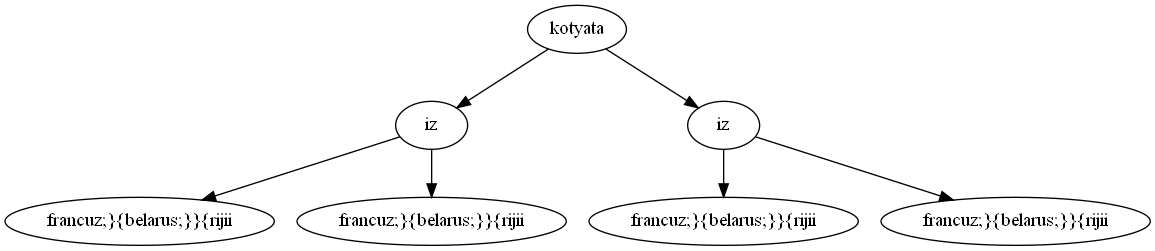
Above: akinator/ak.png in matmuher/flip-flop (Graphviz), before the change. Its source is kept beside it as akinator/ak.dot. Its diagram source:
```dot
digraph G {
A00024290 [label = "kotyata"];
A00024290 -> A000242B8;
A00024290 -> A00024360;
A000242B8 [label = "iz"];
A000242B8 -> A000242F8;
A000242B8 -> A00024338;
A000242F8 [label = "francuz;}{belarus;}}{rijii"];
A00024338 [label = "francuz;}{belarus;}}{rijii"];
A00024360 [label = "iz"];
A00024360 -> A000243A0;
A00024360 -> A000243E0;
A000243A0 [label = "francuz;}{belarus;}}{rijii"];
A000243E0 [label = "francuz;}{belarus;}}{rijii"];
}
```
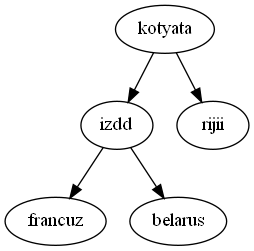
After the commit.

Change to the diagram source:
```diff
@@ -1,15 +1,11 @@
 digraph G {
-A00024290 [label = "kotyata"];
-A00024290 -> A000242B8;
-A00024290 -> A00024360;
-A000242B8 [label = "iz"];
-A000242B8 -> A000242F8;
-A000242B8 -> A00024338;
-A000242F8 [label = "francuz;}{belarus;}}{rijii"];
-A00024338 [label = "francuz;}{belarus;}}{rijii"];
-A00024360 [label = "iz"];
-A00024360 -> A000243A0;
-A00024360 -> A000243E0;
-A000243A0 [label = "francuz;}{belarus;}}{rijii"];
-A000243E0 [label = "francuz;}{belarus;}}{rijii"];
+A00D82270 [label = "kotyata"];
+A00D82270 -> A00D82298;
+A00D82270 -> A00D82310;
+A00D82298 [label = "izdd"];
+A00D82298 -> A00D822C0;
+A00D82298 -> A00D822E8;
+A00D822C0 [label = "francuz"];
+A00D822E8 [label = "belarus"];
+A00D82310 [label = "rijii"];
 }
```
